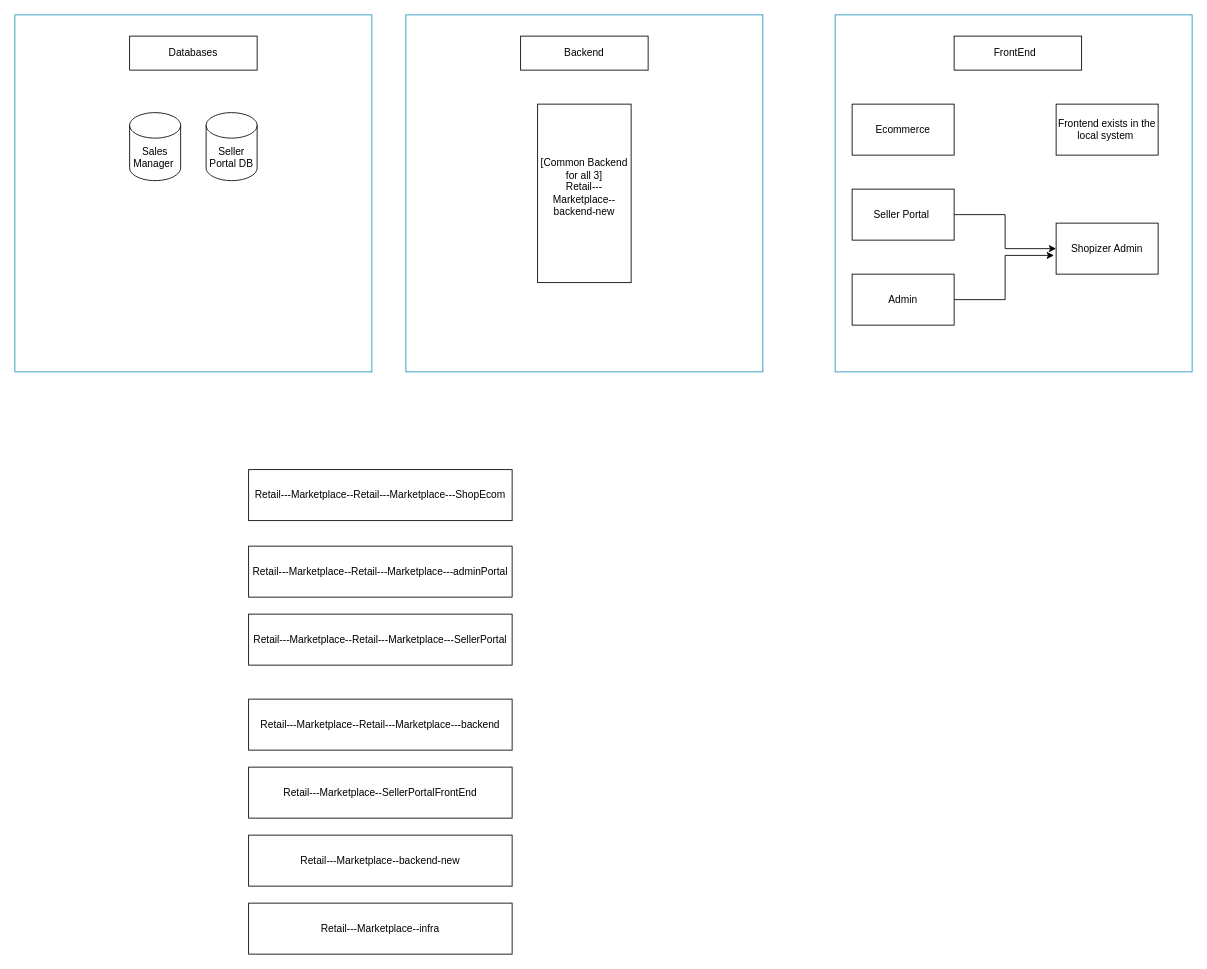
This is Marketplace POC Infra.drawio from ashutosh-roy/Digrams-Draw.io, a draw.io file, before an edit. Source tidied: cells renumbered, new cells numbered last; positions are measured from the earlier drawing's top-left corner, leaving out a move shared by most shapes. Both pictures are drawn from the tidied source at 85%, with x=0, y=0 at pixel (14, 14).
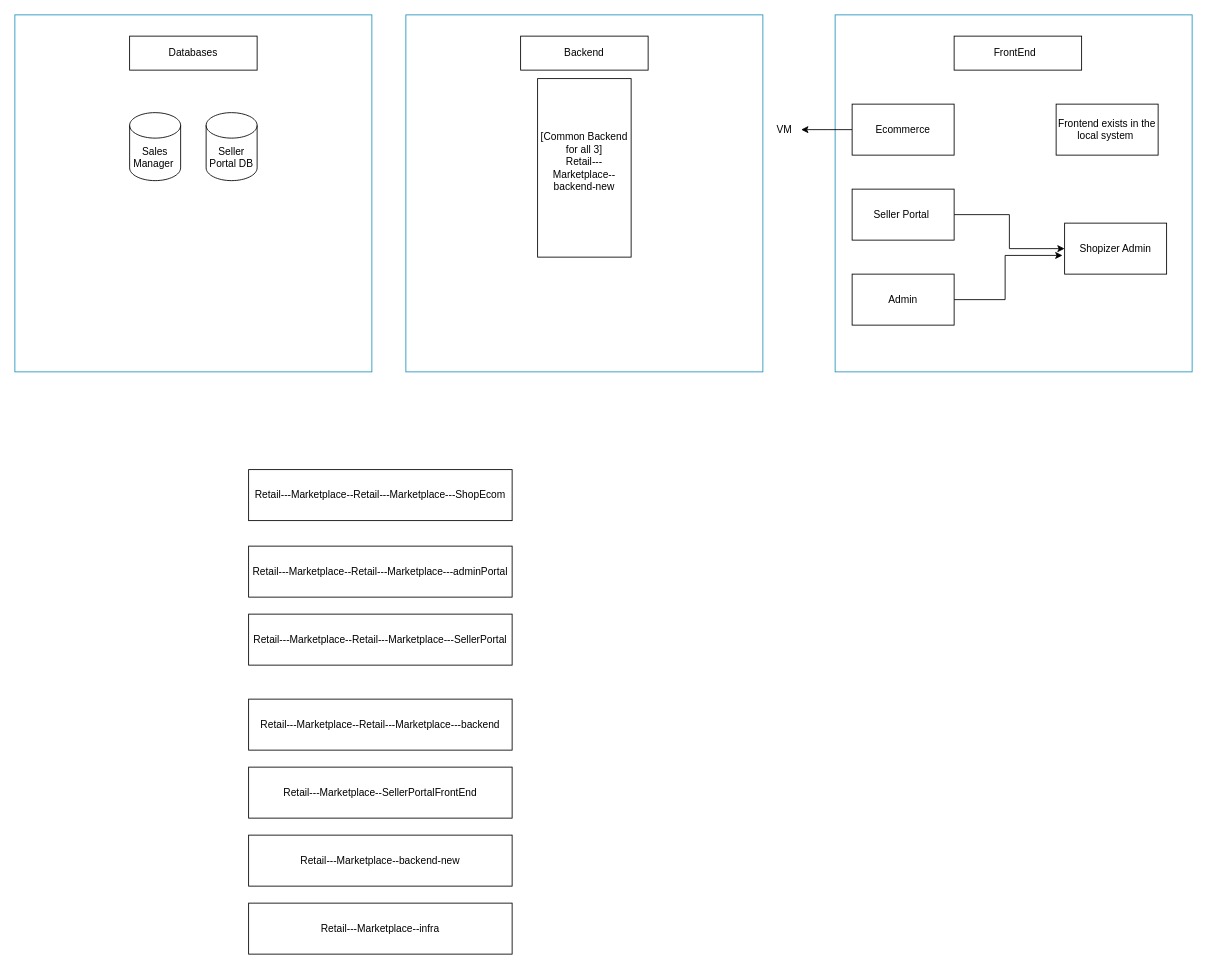
After the change.

Unchanged cells that the change refers to:
```xml
<mxCell id="10" value="Ecommerce" style="whiteSpace=wrap;html=1;" parent="1" vertex="1">
  <mxGeometry x="985" y="105" width="120" height="60" as="geometry" />
</mxCell>
```

What changed in the source:
```diff
@@
+    <mxCell id="25" style="edgeStyle=orthogonalEdgeStyle;rounded=0;jettySize=auto;html=1;fontFamily=Helvetica;fontSize=12;fontColor=default;" parent="1" edge="1" source="10">
+      <mxGeometry relative="1" as="geometry">
+        <mxPoint x="925" y="135" as="targetPoint" />
+      </mxGeometry>
+    </mxCell>
@@
     <mxCell id="22" value="Shopizer Admin" style="whiteSpace=wrap;html=1;" parent="1" vertex="1">
-      <mxGeometry x="1225" y="245" width="120" height="60" as="geometry" />
+      <mxGeometry x="1235" y="245" width="120" height="60" as="geometry" />
     </mxCell>
@@
     <mxCell id="24" value="[Common Backend for all 3]&lt;br&gt;Retail---Marketplace--backend-new&lt;br&gt;&lt;span style=&quot;color: rgba(0, 0, 0, 0); font-family: monospace; font-size: 0px; text-align: start;&quot;&gt;Comm%3CmxGraphModel%3E%3Croot%3E%3CmxCell%20id%3D%220%22%2F%3E%3CmxCell%20id%3D%221%22%20parent%3D%220%22%2F%3E%3CmxCell%20id%3D%222%22%20value%3D%22Retail---Marketplace--Retail---Marketplace---SellerPortal%22%20style%3D%22whiteSpace%3Dwrap%3Bhtml%3D1%3B%22%20vertex%3D%221%22%20parent%3D%221%22%3E%3CmxGeometry%20x%3D%22220%22%20y%3D%22780%22%20width%3D%22310%22%20height%3D%2260%22%20as%3D%22geometry%22%2F%3E%3C%2FmxCell%3E%3C%2Froot%3E%3C%2FmxGraphModel%3E&lt;/span&gt;&lt;br&gt;" style="whiteSpace=wrap;html=1;" parent="1" vertex="1">
-      <mxGeometry x="615" y="105" width="110" height="210" as="geometry" />
+      <mxGeometry x="615" y="75" width="110" height="210" as="geometry" />
     </mxCell>
+    <mxCell id="26" value="VM" style="text;html=1;align=center;verticalAlign=middle;strokeColor=none;fillColor=none;fontSize=12;fontFamily=Helvetica;fontColor=default;" parent="1" vertex="1">
+      <mxGeometry x="885" y="120" width="40" height="30" as="geometry" />
+    </mxCell>
```
